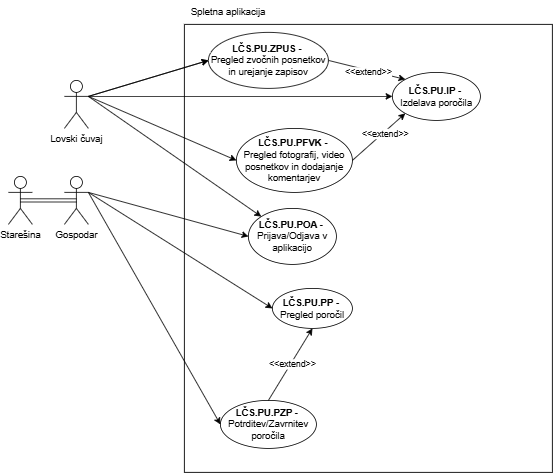
ErnestISv/Lovstvo keeps this draw.io diagram as Lovski cuvaj-Spletna aplikacija.drawio.png. Above is the earlier version. Source tidied: cells renumbered, new cells last; positions are measured from the earlier drawing's top-left corner, leaving out a move shared by most shapes.
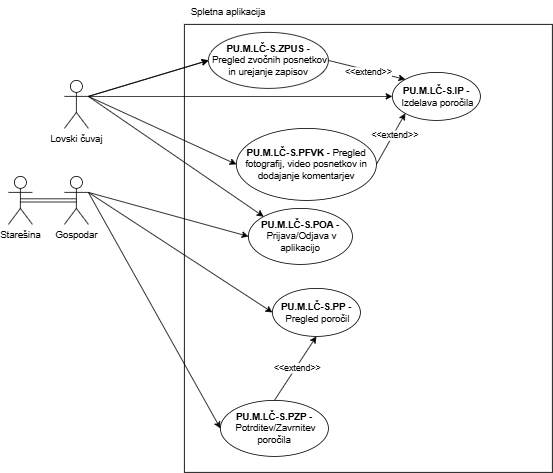
After the commit.

What changed in the source:
```diff
@@ -14,20 +14,20 @@
     <mxCell id="5" value="Gospodar" style="shape=umlActor;verticalLabelPosition=bottom;verticalAlign=top;html=1;outlineConnect=0;" parent="1" vertex="1">
       <mxGeometry x="70" y="220" width="30" height="60" as="geometry" />
     </mxCell>
-    <mxCell id="6" value="&lt;div&gt;&lt;b&gt;LČS.PU.IP -&amp;nbsp;&lt;/b&gt;&lt;/div&gt;Izdelava poročila" style="ellipse;whiteSpace=wrap;html=1;" parent="1" vertex="1">
+    <mxCell id="6" value="&lt;div&gt;&lt;span style=&quot;background-color: transparent;&quot;&gt;&lt;b&gt;PU.M.LČ-S.IP -&amp;nbsp;&lt;/b&gt;&lt;/span&gt;&lt;span style=&quot;background-color: transparent; color: light-dark(rgb(0, 0, 0), rgb(255, 255, 255));&quot;&gt;Izdelava poročila&lt;/span&gt;&lt;/div&gt;" style="ellipse;whiteSpace=wrap;html=1;" parent="1" vertex="1">
       <mxGeometry x="480" y="90" width="110" height="60" as="geometry" />
     </mxCell>
     <mxCell id="7" style="endArrow=classic;html=1;rounded=0;exitX=1;exitY=0.3333333333333333;exitDx=0;exitDy=0;exitPerimeter=0;entryX=0;entryY=0.5;entryDx=0;entryDy=0;" parent="1" edge="1" source="3" target="6">
       <mxGeometry relative="1" as="geometry" />
     </mxCell>
-    <mxCell id="8" value="&lt;div&gt;&lt;b&gt;LČS.PU.PP -&amp;nbsp;&lt;/b&gt;&lt;/div&gt;Pregled poročil" style="ellipse;whiteSpace=wrap;html=1;" parent="1" vertex="1">
-      <mxGeometry x="330" y="360" width="100" height="50" as="geometry" />
+    <mxCell id="8" value="&lt;div&gt;&lt;span style=&quot;background-color: transparent;&quot;&gt;&lt;b&gt;PU.M.LČ-S.PP -&amp;nbsp;&lt;/b&gt;&lt;/span&gt;&lt;span style=&quot;background-color: transparent; color: light-dark(rgb(0, 0, 0), rgb(255, 255, 255));&quot;&gt;Pregled poročil&lt;/span&gt;&lt;/div&gt;" style="ellipse;whiteSpace=wrap;html=1;" parent="1" vertex="1">
+      <mxGeometry x="330" y="360" width="110" height="60" as="geometry" />
     </mxCell>
     <mxCell id="9" style="endArrow=classic;html=1;rounded=0;exitX=1;exitY=0.3333333333333333;exitDx=0;exitDy=0;exitPerimeter=0;entryX=0;entryY=0.5;entryDx=0;entryDy=0;" parent="1" edge="1" source="5" target="8">
       <mxGeometry relative="1" as="geometry" />
     </mxCell>
-    <mxCell id="10" value="&lt;div&gt;&lt;b&gt;LČS.PU.PZP -&amp;nbsp;&lt;/b&gt;&lt;/div&gt;Potrditev/Zavrnitev poročila" style="ellipse;whiteSpace=wrap;html=1;" parent="1" vertex="1">
-      <mxGeometry x="265" y="500" width="120" height="60" as="geometry" />
+    <mxCell id="10" value="&lt;div&gt;&lt;span style=&quot;background-color: transparent;&quot;&gt;&lt;b&gt;PU.M.LČ-S.PZP -&amp;nbsp;&lt;/b&gt;&lt;/span&gt;&lt;span style=&quot;background-color: transparent; color: light-dark(rgb(0, 0, 0), rgb(255, 255, 255));&quot;&gt;Potrditev/Zavrnitev poročila&lt;/span&gt;&lt;/div&gt;" style="ellipse;whiteSpace=wrap;html=1;" parent="1" vertex="1">
+      <mxGeometry x="265" y="500" width="135" height="70" as="geometry" />
     </mxCell>
     <mxCell id="11" style="endArrow=classic;html=1;rounded=0;exitX=1;exitY=0.3333333333333333;exitDx=0;exitDy=0;exitPerimeter=0;entryX=0;entryY=0.5;entryDx=0;entryDy=0;" parent="1" edge="1" source="5" target="10">
       <mxGeometry relative="1" as="geometry" />
@@ -35,16 +35,16 @@
     <mxCell id="12" value="Spletna aplikacija" style="text;html=1;align=center;verticalAlign=middle;whiteSpace=wrap;rounded=0;" parent="1" vertex="1">
       <mxGeometry x="220" width="110" height="30" as="geometry" />
     </mxCell>
-    <mxCell id="13" value="&lt;div&gt;&lt;b&gt;LČS.PU.POA -&amp;nbsp;&lt;/b&gt;&lt;/div&gt;Prijava/Odjava v aplikacijo" style="ellipse;whiteSpace=wrap;html=1;" parent="1" vertex="1">
-      <mxGeometry x="300" y="260" width="110" height="70" as="geometry" />
+    <mxCell id="13" value="&lt;div&gt;&lt;span style=&quot;background-color: transparent;&quot;&gt;&lt;b&gt;PU.M.LČ-S.POA -&amp;nbsp;&lt;/b&gt;&lt;/span&gt;&lt;span style=&quot;background-color: transparent; color: light-dark(rgb(0, 0, 0), rgb(255, 255, 255));&quot;&gt;Prijava/Odjava v aplikacijo&lt;/span&gt;&lt;/div&gt;" style="ellipse;whiteSpace=wrap;html=1;" parent="1" vertex="1">
+      <mxGeometry x="300" y="260" width="130" height="70" as="geometry" />
     </mxCell>
     <mxCell id="14" style="endArrow=classic;html=1;rounded=0;entryX=0;entryY=0;entryDx=0;entryDy=0;" parent="1" edge="1" target="13">
       <mxGeometry relative="1" as="geometry">
         <mxPoint x="100" y="120" as="sourcePoint" />
       </mxGeometry>
     </mxCell>
-    <mxCell id="15" value="&lt;div&gt;&lt;b&gt;LČS.PU.PFVK -&amp;nbsp;&lt;/b&gt;&lt;/div&gt;Pregled fotografij, video posnetkov in dodajanje komentarjev" style="ellipse;whiteSpace=wrap;html=1;" parent="1" vertex="1">
-      <mxGeometry x="285" y="160" width="145" height="80" as="geometry" />
+    <mxCell id="15" value="&lt;div&gt;&lt;span style=&quot;background-color: transparent;&quot;&gt;&lt;b&gt;PU.M.LČ-S.PFVK -&amp;nbsp;&lt;/b&gt;&lt;/span&gt;&lt;span style=&quot;background-color: transparent; color: light-dark(rgb(0, 0, 0), rgb(255, 255, 255));&quot;&gt;Pregled fotografij, video posnetkov in dodajanje komentarjev&lt;/span&gt;&lt;/div&gt;" style="ellipse;whiteSpace=wrap;html=1;" parent="1" vertex="1">
+      <mxGeometry x="285" y="160" width="175" height="90" as="geometry" />
     </mxCell>
     <mxCell id="16" style="endArrow=classic;html=1;rounded=0;exitX=1;exitY=0.3333333333333333;exitDx=0;exitDy=0;exitPerimeter=0;entryX=0;entryY=0.5;entryDx=0;entryDy=0;" parent="1" edge="1" source="3" target="15">
       <mxGeometry relative="1" as="geometry" />
@@ -55,7 +55,7 @@
     <mxCell id="18" style="endArrow=classic;html=1;rounded=0;exitX=1;exitY=0.3333333333333333;exitDx=0;exitDy=0;exitPerimeter=0;entryX=0;entryY=0.5;entryDx=0;entryDy=0;" parent="1" edge="1" source="3" target="19">
       <mxGeometry relative="1" as="geometry" />
     </mxCell>
-    <mxCell id="19" value="&lt;div&gt;&lt;b&gt;LČS.PU.ZPUS -&amp;nbsp;&lt;/b&gt;&lt;/div&gt;Pregled zvočnih posnetkov in urejanje zapisov" style="ellipse;whiteSpace=wrap;html=1;" parent="1" vertex="1">
+    <mxCell id="19" value="&lt;div&gt;&lt;span style=&quot;background-color: transparent;&quot;&gt;&lt;b&gt;PU.M.LČ-S.ZPUS -&amp;nbsp;&lt;/b&gt;&lt;/span&gt;&lt;span style=&quot;background-color: transparent; color: light-dark(rgb(0, 0, 0), rgb(255, 255, 255));&quot;&gt;Pregled zvočnih posnetkov in urejanje zapisov&lt;/span&gt;&lt;/div&gt;" style="ellipse;whiteSpace=wrap;html=1;" parent="1" vertex="1">
       <mxGeometry x="250" y="40" width="150" height="70" as="geometry" />
     </mxCell>
     <mxCell id="20" style="endArrow=classic;html=1;rounded=0;exitX=1;exitY=0.3333333333333333;exitDx=0;exitDy=0;exitPerimeter=0;entryX=0;entryY=0.5;entryDx=0;entryDy=0;" parent="1" edge="1" source="5" target="13">
```
